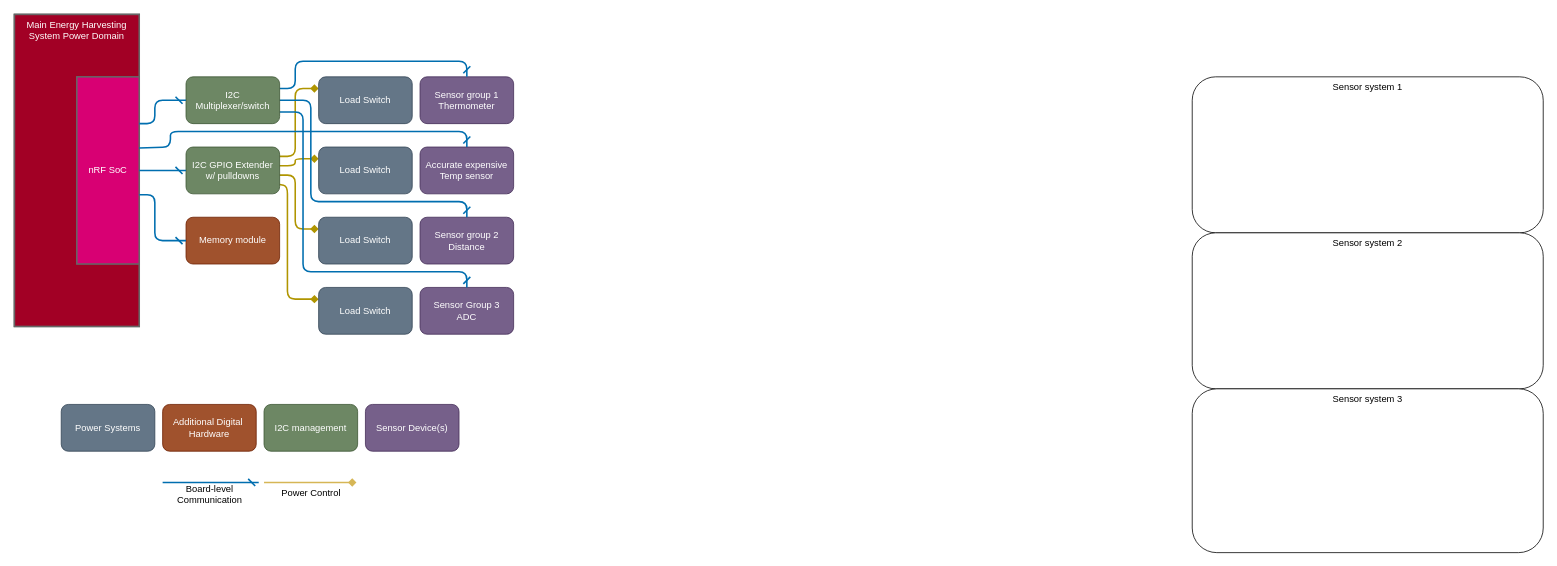
Earlier version of the draw.io diagram page "Modified Sensor digram" (1 of 2) of Energy_harvester_iot/Diagrams/systemArchitecture.drawio (danielcarton/Masters). Source tidied: cells renumbered, new cells numbered last; positions are measured from the earlier drawing's top-left corner, leaving out a move shared by most shapes. Both pictures are drawn from the tidied source at 78%, with x=0, y=0 at pixel (14, 14).
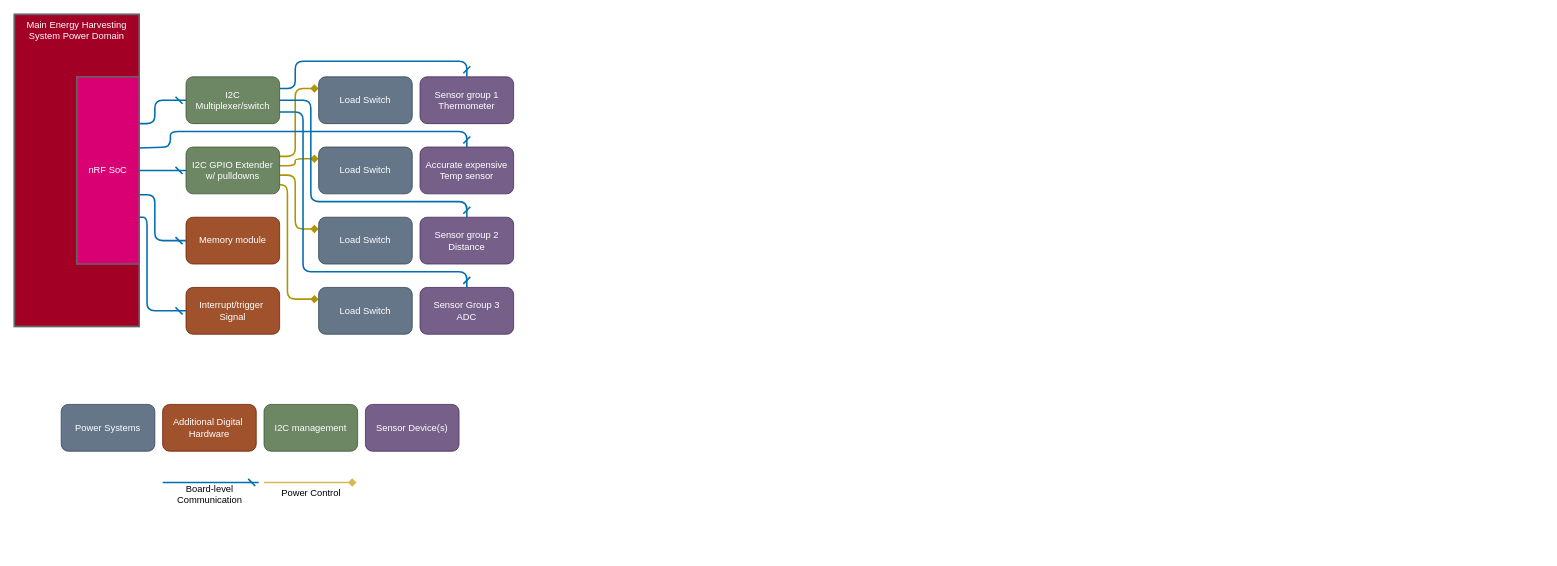
After the change.

The change refers to these unchanged cells:
```xml
<mxCell id="22" value="nRF SoC" style="rounded=0;whiteSpace=wrap;html=1;fillColor=#d80073;fontColor=#ffffff;strokeColor=#666666;strokeWidth=2;points=[[0,0,0,0,0],[0,0.25,0,0,0],[0,0.5,0,0,0],[0,0.75,0,0,0],[0,1,0,0,0],[0.25,0,0,0,0],[0.25,1,0,0,0],[0.5,0,0,0,0],[0.5,1,0,0,0],[0.75,0,0,0,0],[0.75,1,0,0,0],[1,0,0,0,0],[1,0.25,0,0,0],[1,0.38,0,0,0],[1,0.5,0,0,0],[1,0.63,0,0,0],[1,0.75,0,0,0],[1,1,0,0,0]];" parent="20" vertex="1">
  <mxGeometry x="80" y="80" width="80" height="240" as="geometry" />
</mxCell>
```

What changed in the source:
```diff
@@
-    <mxCell id="2" value="Sensor system 1" style="rounded=1;whiteSpace=wrap;html=1;verticalAlign=top;" parent="1" vertex="1">
-      <mxGeometry x="1510" y="80" width="450" height="200" as="geometry" />
-    </mxCell>
-    <mxCell id="3" value="Sensor system 2" style="rounded=1;whiteSpace=wrap;html=1;verticalAlign=top;" parent="1" vertex="1">
-      <mxGeometry x="1510" y="280" width="450" height="200" as="geometry" />
-    </mxCell>
-    <mxCell id="4" value="Sensor system 3" style="rounded=1;whiteSpace=wrap;html=1;verticalAlign=top;" parent="1" vertex="1">
-      <mxGeometry x="1510" y="480" width="450" height="210" as="geometry" />
-    </mxCell>
@@
+    <mxCell id="39" value="Interrupt/trigger&amp;nbsp;&lt;br&gt;Signal" style="rounded=1;whiteSpace=wrap;html=1;fillColor=#a0522d;fontColor=#ffffff;strokeColor=#6D1F00;" parent="5" vertex="1">
+      <mxGeometry x="220" y="350" width="120" height="60" as="geometry" />
+    </mxCell>
+    <mxCell id="40" style="edgeStyle=none;shape=connector;rounded=1;html=1;exitX=1;exitY=0.75;exitDx=0;exitDy=0;exitPerimeter=0;entryX=0;entryY=0.5;entryDx=0;entryDy=0;labelBackgroundColor=default;strokeColor=#006EAF;strokeWidth=2;fontFamily=Helvetica;fontSize=11;fontColor=default;endArrow=dash;endFill=0;fillColor=#1ba1e2;" parent="5" edge="1" source="22" target="39">
+      <mxGeometry relative="1" as="geometry">
+        <Array as="points">
+          <mxPoint x="170" y="260" />
+          <mxPoint x="170" y="380" />
+        </Array>
+      </mxGeometry>
+    </mxCell>
```
